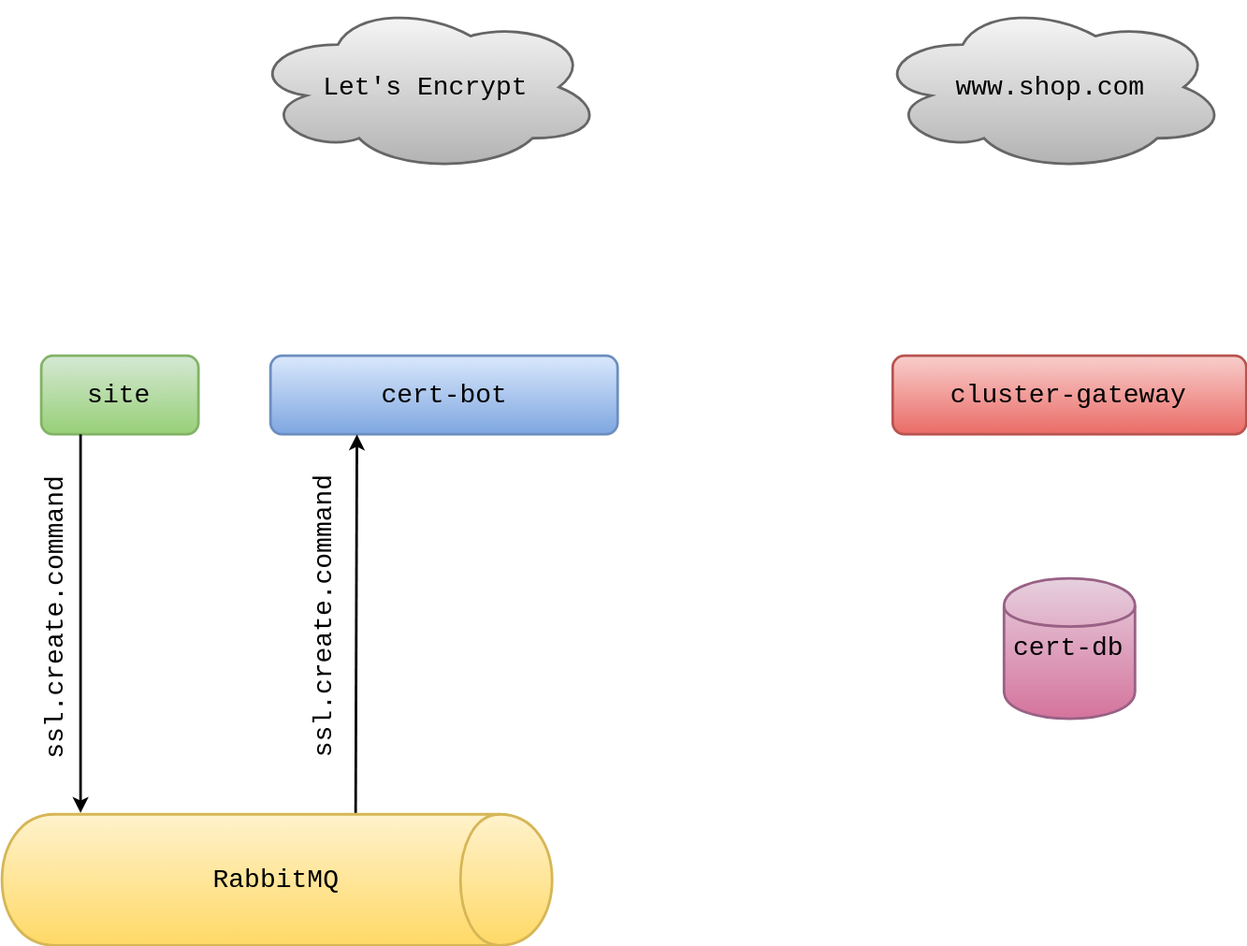
The draw.io diagram presentations/lets-encrypt/img/certbot-1.svg in unabris/epages-docs, before a commit. Source tidied: cells renumbered, new cells last; positions are measured from the earlier drawing's top-left corner, leaving out a move shared by most shapes.
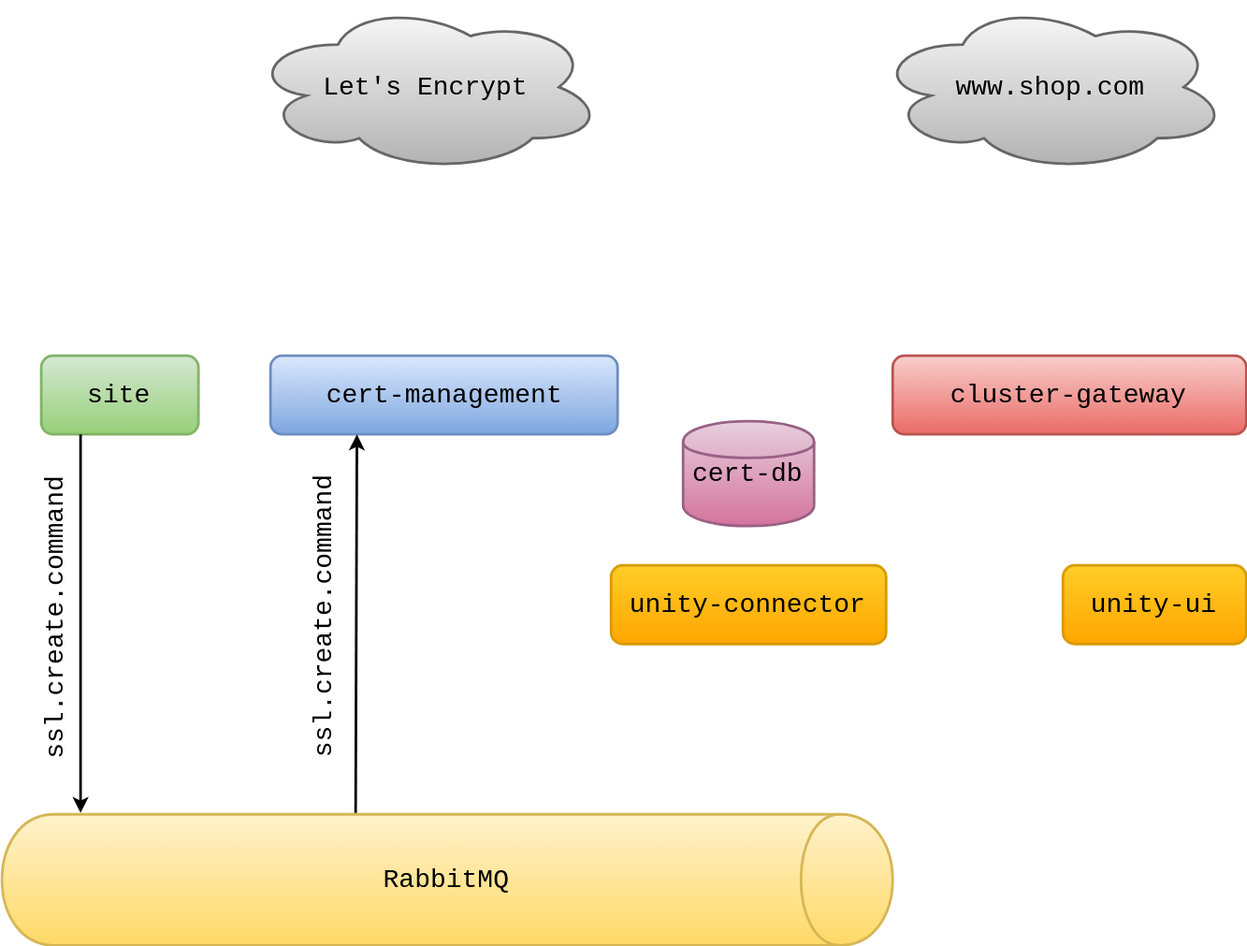
The same diagram one commit later.

Change to the diagram source:
```diff
@@ -6,15 +6,15 @@
       <mxGeometry x="680" y="270" width="270" height="60" as="geometry" />
     </mxCell>
     <mxCell id="3" value="RabbitMQ" style="shape=cylinder;whiteSpace=wrap;html=1;rounded=1;shadow=0;glass=0;comic=0;labelBackgroundColor=none;strokeColor=#d6b656;strokeWidth=2;fillColor=#fff2cc;gradientColor=#ffd966;fontFamily=Courier New;fontSize=20;fontColor=#000000;align=center;direction=south;gradientDirection=east;" parent="1" vertex="1">
-      <mxGeometry y="620" width="420" height="100" as="geometry" />
+      <mxGeometry y="620" width="680" height="100" as="geometry" />
     </mxCell>
     <mxCell id="4" value="cert-db" style="shape=cylinder;whiteSpace=wrap;html=1;rounded=1;shadow=0;glass=0;comic=0;labelBackgroundColor=none;strokeColor=#996185;strokeWidth=2;fillColor=#e6d0de;gradientColor=#d5739d;fontFamily=Courier New;fontSize=20;fontColor=#000000;align=center;" parent="1" vertex="1">
-      <mxGeometry x="765" y="440" width="100" height="107" as="geometry" />
+      <mxGeometry x="520" y="320" width="100" height="80" as="geometry" />
     </mxCell>
     <mxCell id="5" value="Let's Encrypt" style="ellipse;shape=cloud;whiteSpace=wrap;html=1;rounded=1;shadow=0;glass=0;comic=0;labelBackgroundColor=none;strokeColor=#666666;strokeWidth=2;fillColor=#f5f5f5;gradientColor=#b3b3b3;fontFamily=Courier New;fontSize=20;fontColor=#000000;align=center;" parent="1" vertex="1">
       <mxGeometry x="189" width="270" height="130" as="geometry" />
     </mxCell>
-    <mxCell id="6" value="cert-bot" style="rounded=1;whiteSpace=wrap;html=1;shadow=0;glass=0;comic=0;labelBackgroundColor=none;strokeColor=#6c8ebf;strokeWidth=2;fillColor=#dae8fc;gradientColor=#7ea6e0;fontFamily=Courier New;fontSize=20;fontColor=#000000;align=center;" parent="1" vertex="1">
+    <mxCell id="6" value="cert-management" style="rounded=1;whiteSpace=wrap;html=1;shadow=0;glass=0;comic=0;labelBackgroundColor=none;strokeColor=#6c8ebf;strokeWidth=2;fillColor=#dae8fc;gradientColor=#7ea6e0;fontFamily=Courier New;fontSize=20;fontColor=#000000;align=center;" parent="1" vertex="1">
       <mxGeometry x="205" y="270" width="265" height="60" as="geometry" />
     </mxCell>
     <mxCell id="7" value="site" style="rounded=1;whiteSpace=wrap;html=1;shadow=0;glass=0;comic=0;labelBackgroundColor=none;strokeColor=#82b366;strokeWidth=2;fillColor=#d5e8d4;gradientColor=#97d077;fontFamily=Courier New;fontSize=20;fontColor=#000000;align=center;" parent="1" vertex="1">
@@ -28,7 +28,7 @@
         <mxPoint x="60" y="619" as="targetPoint" />
       </mxGeometry>
     </mxCell>
-    <mxCell id="10" value="ssl.create.command" style="text;html=1;align=center;verticalAlign=middle;labelBackgroundColor=#ffffff;fontSize=20;fontFamily=Courier New;fontColor=#000000;rotation=270;" parent="9" vertex="1">
+    <mxCell id="10" value="ssl.create.command" style="text;html=1;align=center;verticalAlign=middle;labelBackgroundColor=none;fontSize=20;fontFamily=Courier New;fontColor=#000000;rotation=270;" parent="9" vertex="1">
       <mxGeometry x="-0.09" y="1" relative="1" as="geometry">
         <mxPoint x="-21" y="9" as="offset" />
       </mxGeometry>
@@ -38,10 +38,16 @@
         <mxPoint x="270" y="619" as="sourcePoint" />
       </mxGeometry>
     </mxCell>
-    <mxCell id="12" value="ssl.create.command" style="text;html=1;align=center;verticalAlign=middle;labelBackgroundColor=#ffffff;fontSize=20;fontFamily=Courier New;fontColor=#000000;rotation=270;" parent="11" vertex="1">
+    <mxCell id="12" value="ssl.create.command" style="text;html=1;align=center;verticalAlign=middle;labelBackgroundColor=none;fontSize=20;fontFamily=Courier New;fontColor=#000000;rotation=270;" parent="11" vertex="1">
       <mxGeometry x="-0.09" y="1" relative="1" as="geometry">
         <mxPoint x="-24" y="-18" as="offset" />
       </mxGeometry>
     </mxCell>
+    <mxCell id="13" value="unity-connector" style="rounded=1;whiteSpace=wrap;html=1;shadow=0;glass=0;comic=0;labelBackgroundColor=none;strokeColor=#d79b00;strokeWidth=2;fillColor=#ffcd28;gradientColor=#ffa500;fontFamily=Courier New;fontSize=20;fontColor=#000000;align=center;" parent="1" vertex="1">
+      <mxGeometry x="465" y="430" width="210" height="60" as="geometry" />
+    </mxCell>
+    <mxCell id="14" value="unity-ui" style="rounded=1;whiteSpace=wrap;html=1;shadow=0;glass=0;comic=0;labelBackgroundColor=none;strokeColor=#d79b00;strokeWidth=2;fillColor=#ffcd28;gradientColor=#ffa500;fontFamily=Courier New;fontSize=20;fontColor=#000000;align=center;" parent="1" vertex="1">
+      <mxGeometry x="810" y="430" width="140" height="60" as="geometry" />
+    </mxCell>
   </root>
 </mxGraphModel>
```
